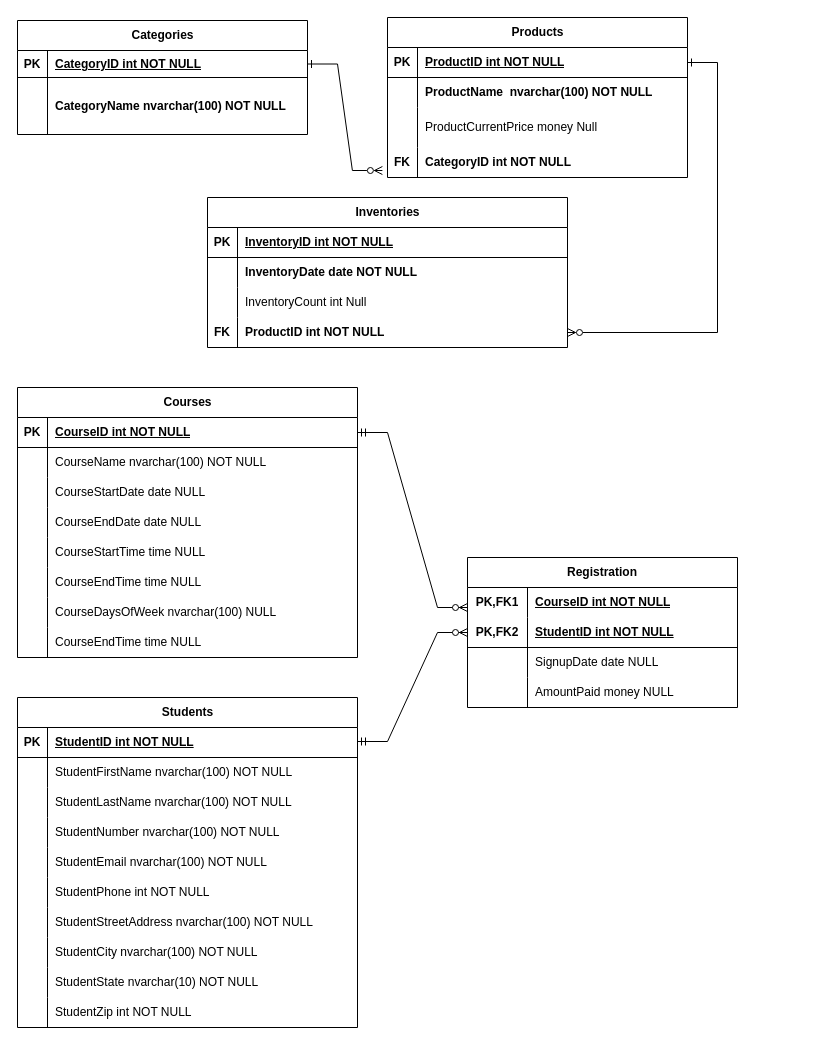
The draw.io diagram ERDforFinal.drawio in juliayork2/DBFoundations, before the edit. Source tidied: cells renumbered, new cells numbered last; positions are measured from the earlier drawing's top-left corner, leaving out a move shared by most shapes. Both pictures are drawn from the tidied source at 100%, with x=0, y=0 at pixel (17, 17).
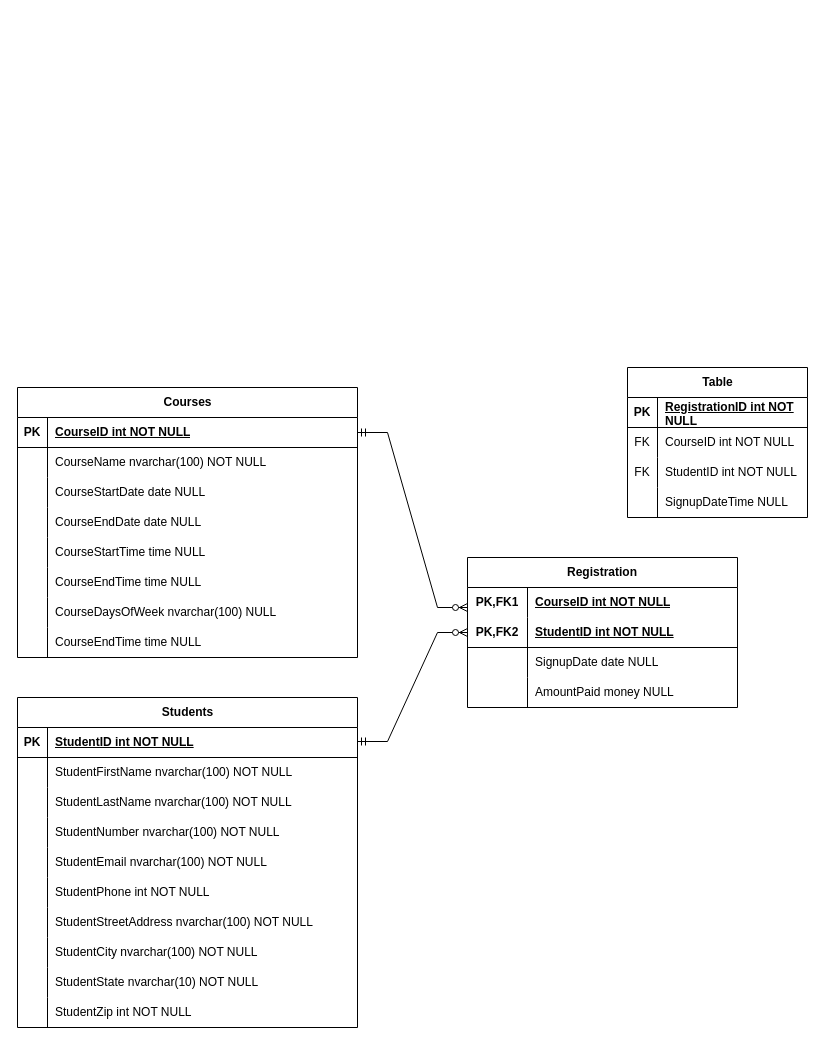
The same diagram, later.

Diff of the diagram source:
```diff
@@
-    <mxCell id="2" value="Categories" style="shape=table;startSize=30;childLayout=tableLayout;rowLines=0;fontStyle=1;align=center;html=1;" parent="1" vertex="1">
-      <mxGeometry y="3" width="290" height="114" as="geometry" />
-    </mxCell>
-    <mxCell id="3" style="shape=tableRow;horizontal=0;startSize=0;swimlaneHead=0;swimlaneBody=0;fillColor=none;points=[[0,0.5],[1,0.5]];portConstraint=eastwest;top=0;left=0;right=0;bottom=1;" parent="2" vertex="1">
-      <mxGeometry y="30" width="290" height="27" as="geometry" />
-    </mxCell>
-    <mxCell id="4" value="PK" style="shape=partialRectangle;fillColor=none;top=0;left=0;bottom=0;right=0;fontStyle=1;overflow=hidden;whiteSpace=wrap;html=1;" parent="3" vertex="1">
-      <mxGeometry width="30" height="27" as="geometry" />
-    </mxCell>
-    <mxCell id="5" value="CategoryID int NOT NULL" style="shape=partialRectangle;fillColor=none;top=0;left=0;bottom=0;right=0;align=left;spacingLeft=6;fontStyle=5;overflow=hidden;whiteSpace=wrap;html=1;" parent="3" vertex="1">
-      <mxGeometry x="30" width="260" height="27" as="geometry" />
-    </mxCell>
-    <mxCell id="6" style="shape=tableRow;horizontal=0;startSize=0;swimlaneHead=0;swimlaneBody=0;fillColor=none;top=0;left=0;right=0;bottom=0;" parent="2" vertex="1">
-      <mxGeometry y="57" width="290" height="57" as="geometry" />
-    </mxCell>
-    <mxCell id="7" style="shape=partialRectangle;fillColor=none;top=0;left=0;bottom=0;right=0;overflow=hidden;whiteSpace=wrap;html=1;" parent="6" vertex="1">
-      <mxGeometry width="30" height="57" as="geometry" />
-    </mxCell>
-    <mxCell id="8" value="&lt;div&gt;CategoryName&amp;nbsp;nvarchar(100) NOT NULL&lt;/div&gt;" style="shape=partialRectangle;fillColor=none;top=0;left=0;bottom=0;right=0;align=left;spacingLeft=6;overflow=hidden;whiteSpace=wrap;html=1;fontStyle=1;" parent="6" vertex="1">
-      <mxGeometry x="30" width="260" height="57" as="geometry" />
-    </mxCell>
-    <mxCell id="9" value="Products" style="shape=table;startSize=30;childLayout=tableLayout;rowLines=0;fontStyle=1;align=center;html=1;" parent="1" vertex="1">
-      <mxGeometry x="370" width="300" height="160" as="geometry" />
-    </mxCell>
-    <mxCell id="10" style="shape=tableRow;horizontal=0;startSize=0;swimlaneHead=0;swimlaneBody=0;fillColor=none;points=[[0,0.5],[1,0.5]];portConstraint=eastwest;top=0;left=0;right=0;bottom=1;" parent="9" vertex="1">
-      <mxGeometry y="30" width="300" height="30" as="geometry" />
-    </mxCell>
-    <mxCell id="11" value="PK" style="shape=partialRectangle;fillColor=none;top=0;left=0;bottom=0;right=0;fontStyle=1;overflow=hidden;whiteSpace=wrap;html=1;" parent="10" vertex="1">
-      <mxGeometry width="30" height="30" as="geometry" />
-    </mxCell>
-    <mxCell id="12" value="ProductID int NOT NULL" style="shape=partialRectangle;fillColor=none;top=0;left=0;bottom=0;right=0;align=left;spacingLeft=6;fontStyle=5;overflow=hidden;whiteSpace=wrap;html=1;" parent="10" vertex="1">
-      <mxGeometry x="30" width="270" height="30" as="geometry" />
-    </mxCell>
-    <mxCell id="13" style="shape=tableRow;horizontal=0;startSize=0;swimlaneHead=0;swimlaneBody=0;fillColor=none;top=0;left=0;right=0;bottom=0;" parent="9" vertex="1">
-      <mxGeometry y="60" width="300" height="30" as="geometry" />
-    </mxCell>
-    <mxCell id="14" style="shape=partialRectangle;fillColor=none;top=0;left=0;bottom=0;right=0;overflow=hidden;whiteSpace=wrap;html=1;" parent="13" vertex="1">
-      <mxGeometry width="30" height="30" as="geometry" />
-    </mxCell>
-    <mxCell id="15" value="&lt;div&gt;ProductName&amp;nbsp;&amp;nbsp;nvarchar(100) NOT NULL&lt;/div&gt;" style="shape=partialRectangle;fillColor=none;top=0;left=0;bottom=0;right=0;align=left;spacingLeft=6;overflow=hidden;whiteSpace=wrap;html=1;fontStyle=1;" parent="13" vertex="1">
-      <mxGeometry x="30" width="270" height="30" as="geometry" />
-    </mxCell>
-    <mxCell id="16" style="shape=tableRow;horizontal=0;startSize=0;swimlaneHead=0;swimlaneBody=0;fillColor=none;top=0;left=0;right=0;bottom=0;" parent="9" vertex="1">
-      <mxGeometry y="90" width="300" height="40" as="geometry" />
-    </mxCell>
-    <mxCell id="17" style="shape=partialRectangle;fillColor=none;top=0;left=0;bottom=0;right=0;overflow=hidden;whiteSpace=wrap;html=1;" parent="16" vertex="1">
-      <mxGeometry width="30" height="40" as="geometry" />
-    </mxCell>
-    <mxCell id="18" value="ProductCurrentPrice money Null" style="shape=partialRectangle;fillColor=none;top=0;left=0;bottom=0;right=0;align=left;spacingLeft=6;overflow=hidden;whiteSpace=wrap;html=1;" parent="16" vertex="1">
-      <mxGeometry x="30" width="270" height="40" as="geometry" />
-    </mxCell>
-    <mxCell id="19" style="shape=tableRow;horizontal=0;startSize=0;swimlaneHead=0;swimlaneBody=0;fillColor=none;points=[[0,0.5],[1,0.5]];portConstraint=eastwest;top=0;left=0;right=0;bottom=0;" parent="9" vertex="1">
-      <mxGeometry y="130" width="300" height="30" as="geometry" />
-    </mxCell>
-    <mxCell id="20" value="&lt;b&gt;FK&lt;/b&gt;" style="shape=partialRectangle;fillColor=none;top=0;left=0;bottom=0;right=0;overflow=hidden;whiteSpace=wrap;html=1;" parent="19" vertex="1">
-      <mxGeometry width="30" height="30" as="geometry" />
-    </mxCell>
-    <mxCell id="21" value="CategoryID int NOT NULL" style="shape=partialRectangle;fillColor=none;top=0;left=0;bottom=0;right=0;align=left;spacingLeft=6;overflow=hidden;whiteSpace=wrap;html=1;fontStyle=1;" parent="19" vertex="1">
-      <mxGeometry x="30" width="270" height="30" as="geometry" />
-    </mxCell>
-    <mxCell id="22" value="Inventories" style="shape=table;startSize=30;childLayout=tableLayout;rowLines=0;fontStyle=1;align=center;html=1;" parent="1" vertex="1">
-      <mxGeometry x="190" y="180" width="360" height="150" as="geometry" />
-    </mxCell>
-    <mxCell id="23" style="shape=tableRow;horizontal=0;startSize=0;swimlaneHead=0;swimlaneBody=0;fillColor=none;top=0;left=0;right=0;bottom=1;" parent="22" vertex="1">
-      <mxGeometry y="30" width="360" height="30" as="geometry" />
-    </mxCell>
-    <mxCell id="24" value="PK" style="shape=partialRectangle;fillColor=none;top=0;left=0;bottom=0;right=0;fontStyle=1;overflow=hidden;whiteSpace=wrap;html=1;" parent="23" vertex="1">
-      <mxGeometry width="30" height="30" as="geometry" />
-    </mxCell>
-    <mxCell id="25" value="InventoryID int NOT NULL" style="shape=partialRectangle;fillColor=none;top=0;left=0;bottom=0;right=0;align=left;spacingLeft=6;fontStyle=5;overflow=hidden;whiteSpace=wrap;html=1;" parent="23" vertex="1">
-      <mxGeometry x="30" width="330" height="30" as="geometry" />
-    </mxCell>
-    <mxCell id="26" style="shape=tableRow;horizontal=0;startSize=0;swimlaneHead=0;swimlaneBody=0;fillColor=none;top=0;left=0;right=0;bottom=0;" parent="22" vertex="1">
-      <mxGeometry y="60" width="360" height="30" as="geometry" />
-    </mxCell>
-    <mxCell id="27" style="shape=partialRectangle;fillColor=none;top=0;left=0;bottom=0;right=0;overflow=hidden;whiteSpace=wrap;html=1;" parent="26" vertex="1">
-      <mxGeometry width="30" height="30" as="geometry" />
-    </mxCell>
-    <mxCell id="28" value="&lt;div&gt;&lt;b&gt;InventoryDate date NOT NULL&lt;/b&gt;&lt;/div&gt;" style="shape=partialRectangle;fillColor=none;top=0;left=0;bottom=0;right=0;align=left;spacingLeft=6;overflow=hidden;whiteSpace=wrap;html=1;" parent="26" vertex="1">
-      <mxGeometry x="30" width="330" height="30" as="geometry" />
-    </mxCell>
-    <mxCell id="29" style="shape=tableRow;horizontal=0;startSize=0;swimlaneHead=0;swimlaneBody=0;fillColor=none;top=0;left=0;right=0;bottom=0;" parent="22" vertex="1">
-      <mxGeometry y="90" width="360" height="30" as="geometry" />
-    </mxCell>
-    <mxCell id="30" style="shape=partialRectangle;fillColor=none;top=0;left=0;bottom=0;right=0;overflow=hidden;whiteSpace=wrap;html=1;" parent="29" vertex="1">
-      <mxGeometry width="30" height="30" as="geometry" />
-    </mxCell>
-    <mxCell id="31" value="InventoryCount int Null" style="shape=partialRectangle;fillColor=none;top=0;left=0;bottom=0;right=0;align=left;spacingLeft=6;overflow=hidden;whiteSpace=wrap;html=1;" parent="29" vertex="1">
-      <mxGeometry x="30" width="330" height="30" as="geometry" />
-    </mxCell>
-    <mxCell id="32" style="shape=tableRow;horizontal=0;startSize=0;swimlaneHead=0;swimlaneBody=0;fillColor=none;points=[[0,0.5],[1,0.5]];portConstraint=eastwest;top=0;left=0;right=0;bottom=0;" parent="22" vertex="1">
-      <mxGeometry y="120" width="360" height="30" as="geometry" />
-    </mxCell>
-    <mxCell id="33" value="&lt;b&gt;FK&lt;/b&gt;" style="shape=partialRectangle;fillColor=none;top=0;left=0;bottom=0;right=0;overflow=hidden;whiteSpace=wrap;html=1;" parent="32" vertex="1">
-      <mxGeometry width="30" height="30" as="geometry" />
-    </mxCell>
-    <mxCell id="34" value="ProductID int NOT NULL" style="shape=partialRectangle;fillColor=none;top=0;left=0;bottom=0;right=0;align=left;spacingLeft=6;overflow=hidden;whiteSpace=wrap;html=1;fontStyle=1;" parent="32" vertex="1">
-      <mxGeometry x="30" width="330" height="30" as="geometry" />
-    </mxCell>
-    <mxCell id="35" style="edgeStyle=entityRelationEdgeStyle;fontSize=12;html=1;endArrow=ERzeroToMany;startArrow=ERone;rounded=0;entryX=-0.017;entryY=0.767;entryDx=0;entryDy=0;entryPerimeter=0;endFill=0;startFill=0;" parent="1" edge="1" source="3" target="19">
-      <mxGeometry relative="1" as="geometry" />
-    </mxCell>
-    <mxCell id="36" style="edgeStyle=entityRelationEdgeStyle;fontSize=12;html=1;endArrow=ERone;startArrow=ERzeroToMany;rounded=0;startFill=0;endFill=0;" parent="1" edge="1" source="32" target="10">
-      <mxGeometry relative="1" as="geometry" />
-    </mxCell>
@@
+    <mxCell id="108" value="Table" style="shape=table;startSize=30;childLayout=tableLayout;rowLines=0;fontStyle=1;align=center;html=1;" parent="1" vertex="1">
+      <mxGeometry x="610" y="350" width="180" height="150" as="geometry" />
+    </mxCell>
+    <mxCell id="109" style="shape=tableRow;horizontal=0;startSize=0;swimlaneHead=0;swimlaneBody=0;fillColor=none;top=0;left=0;right=0;bottom=1;" parent="108" vertex="1">
+      <mxGeometry y="30" width="180" height="30" as="geometry" />
+    </mxCell>
+    <mxCell id="110" value="PK" style="shape=partialRectangle;fillColor=none;top=0;left=0;bottom=0;right=0;fontStyle=1;overflow=hidden;whiteSpace=wrap;html=1;" parent="109" vertex="1">
+      <mxGeometry width="30" height="30" as="geometry" />
+    </mxCell>
+    <mxCell id="111" value="RegistrationID int NOT NULL" style="shape=partialRectangle;fillColor=none;top=0;left=0;bottom=0;right=0;align=left;spacingLeft=6;fontStyle=5;overflow=hidden;whiteSpace=wrap;html=1;" parent="109" vertex="1">
+      <mxGeometry x="30" width="150" height="30" as="geometry" />
+    </mxCell>
+    <mxCell id="112" style="shape=tableRow;horizontal=0;startSize=0;swimlaneHead=0;swimlaneBody=0;fillColor=none;top=0;left=0;right=0;bottom=0;" parent="108" vertex="1">
+      <mxGeometry y="60" width="180" height="30" as="geometry" />
+    </mxCell>
+    <mxCell id="113" value="FK" style="shape=partialRectangle;fillColor=none;top=0;left=0;bottom=0;right=0;overflow=hidden;whiteSpace=wrap;html=1;" parent="112" vertex="1">
+      <mxGeometry width="30" height="30" as="geometry" />
+    </mxCell>
+    <mxCell id="114" value="CourseID int NOT NULL" style="shape=partialRectangle;fillColor=none;top=0;left=0;bottom=0;right=0;align=left;spacingLeft=6;overflow=hidden;whiteSpace=wrap;html=1;" parent="112" vertex="1">
+      <mxGeometry x="30" width="150" height="30" as="geometry" />
+    </mxCell>
+    <mxCell id="115" style="shape=tableRow;horizontal=0;startSize=0;swimlaneHead=0;swimlaneBody=0;fillColor=none;top=0;left=0;right=0;bottom=0;" parent="108" vertex="1">
+      <mxGeometry y="90" width="180" height="30" as="geometry" />
+    </mxCell>
+    <mxCell id="116" value="FK" style="shape=partialRectangle;fillColor=none;top=0;left=0;bottom=0;right=0;overflow=hidden;whiteSpace=wrap;html=1;" parent="115" vertex="1">
+      <mxGeometry width="30" height="30" as="geometry" />
+    </mxCell>
+    <mxCell id="117" value="StudentID int NOT NULL" style="shape=partialRectangle;fillColor=none;top=0;left=0;bottom=0;right=0;align=left;spacingLeft=6;overflow=hidden;whiteSpace=wrap;html=1;" parent="115" vertex="1">
+      <mxGeometry x="30" width="150" height="30" as="geometry" />
+    </mxCell>
+    <mxCell id="118" style="shape=tableRow;horizontal=0;startSize=0;swimlaneHead=0;swimlaneBody=0;fillColor=none;top=0;left=0;right=0;bottom=0;" parent="108" vertex="1">
+      <mxGeometry y="120" width="180" height="30" as="geometry" />
+    </mxCell>
+    <mxCell id="119" style="shape=partialRectangle;fillColor=none;top=0;left=0;bottom=0;right=0;overflow=hidden;whiteSpace=wrap;html=1;" parent="118" vertex="1">
+      <mxGeometry width="30" height="30" as="geometry" />
+    </mxCell>
+    <mxCell id="120" value="&lt;div&gt;SignupDateTime NULL&lt;/div&gt;" style="shape=partialRectangle;fillColor=none;top=0;left=0;bottom=0;right=0;align=left;spacingLeft=6;overflow=hidden;whiteSpace=wrap;html=1;" parent="118" vertex="1">
+      <mxGeometry x="30" width="150" height="30" as="geometry" />
+    </mxCell>
```
